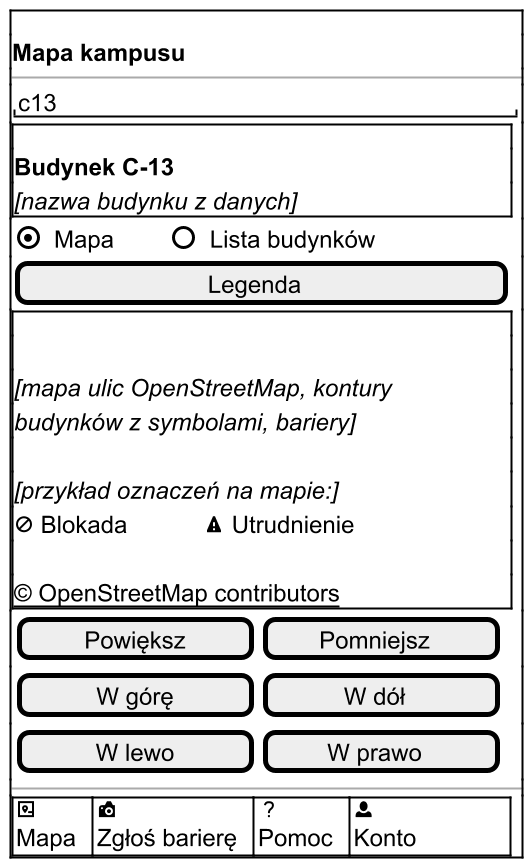
This is docs/docs/_generated/m-v1-mapa-wyszukiwanie.png from dostepny-kampus/dostepny-kampus, a PlantUML export, as it was before one commit.
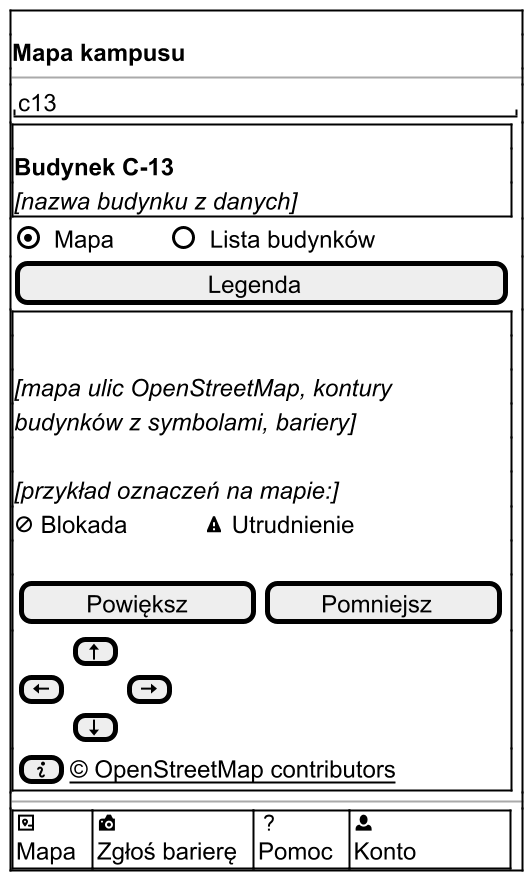
After the commit.

Change to the diagram source:
```diff
@@ -11,8 +11,7 @@
 }
 $przelacznik("Mapa", "Lista budynków", 1)
 $przycisk("Legenda")
-$mapa("mapa ulic OpenStreetMap, kontury budynków z symbolami, bariery", $blokada() + $dk_spacje(6) + $utrudnienie())
-$przyciski_mapy()
+$mapa("mapa ulic OpenStreetMap, kontury budynków z symbolami, bariery", $blokada() + $dk_spacje(6) + $utrudnienie(), "info")
 $pasek_dolny_konto()
 $ekran_koniec()
 @endsalt
```
